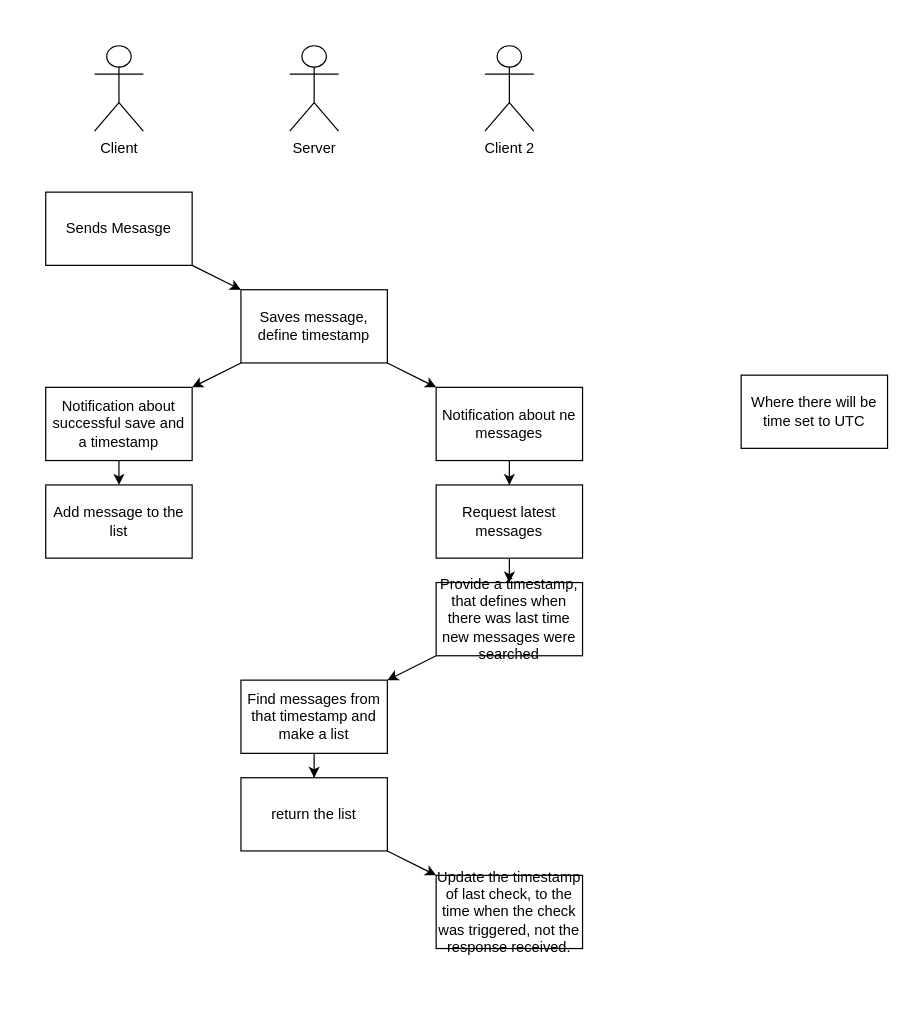
The draw.io diagram internship_s8/MessageFlowDiagram.drawio in Gryfin123/diagrams_with_no_context, before the edit. Source tidied: cells renumbered, new cells numbered last; positions are measured from the earlier drawing's top-left corner, leaving out a move shared by most shapes. Both pictures are drawn from the tidied source at 122%, with x=0, y=0 at pixel (45, 45).
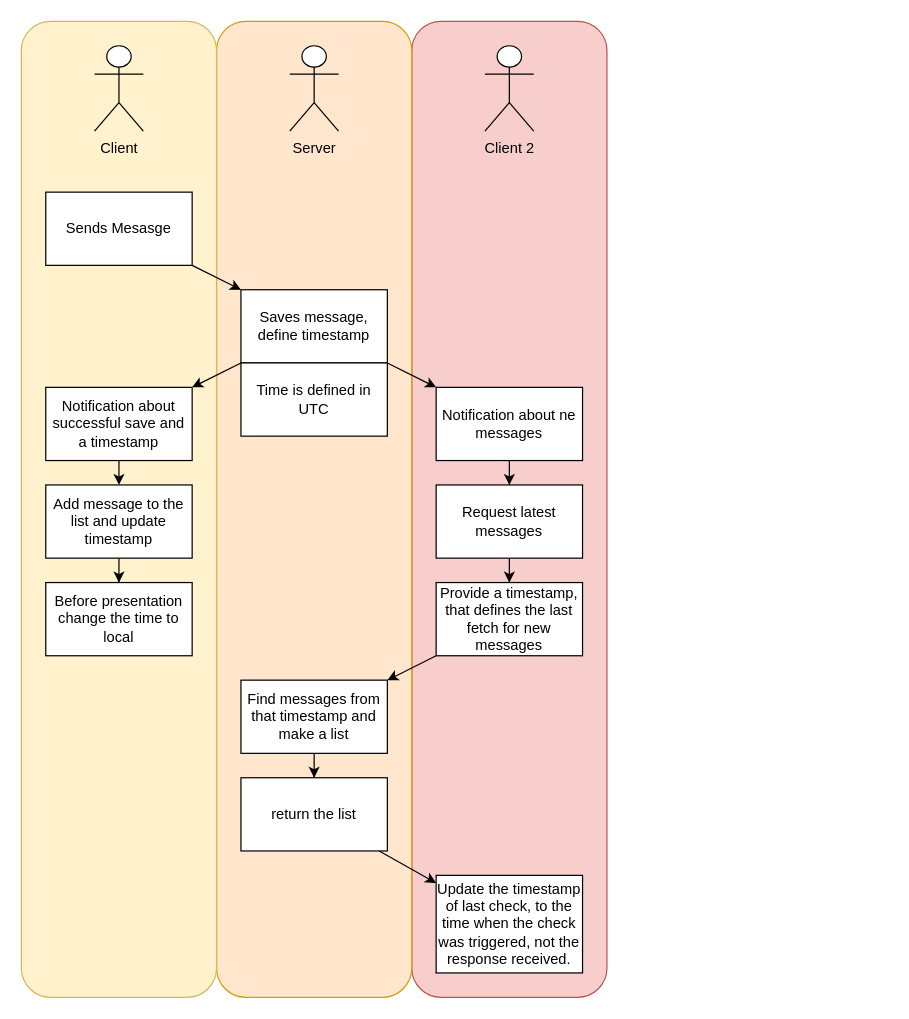
The same diagram, later.

The edit, as a diff of the source:
```diff
@@
+    <mxCell id="25" style="rounded=1;whiteSpace=wrap;html=1;fillColor=#f8cecc;strokeColor=#b85450;" parent="1" vertex="1">
+      <mxGeometry x="300" y="-20" width="160" height="800" as="geometry" />
+    </mxCell>
+    <mxCell id="26" style="rounded=1;whiteSpace=wrap;html=1;fillColor=#ffe6cc;strokeColor=#d79b00;" parent="1" vertex="1">
+      <mxGeometry x="140" y="-20" width="160" height="800" as="geometry" />
+    </mxCell>
+    <mxCell id="27" style="rounded=1;whiteSpace=wrap;html=1;fillColor=#fff2cc;strokeColor=#d6b656;" parent="1" vertex="1">
+      <mxGeometry x="-20" y="-20" width="160" height="800" as="geometry" />
+    </mxCell>
@@
+    <mxCell id="28" style="edgeStyle=orthogonalEdgeStyle;rounded=0;jettySize=auto;html=1;" parent="1" edge="1" source="14" target="30">
+      <mxGeometry relative="1" as="geometry" />
+    </mxCell>
-    <mxCell id="14" value="Add message to the list" style="rounded=0;whiteSpace=wrap;html=1;" parent="1" vertex="1">
+    <mxCell id="14" value="Add message to the list and update timestamp" style="rounded=0;whiteSpace=wrap;html=1;" parent="1" vertex="1">
       <mxGeometry y="360" width="120" height="60" as="geometry" />
     </mxCell>
@@
-    <mxCell id="18" value="Provide a timestamp, that defines when there was last time new messages were searched" style="rounded=0;whiteSpace=wrap;html=1;" parent="1" vertex="1">
+    <mxCell id="18" value="Provide a timestamp, that defines the last fetch for new messages" style="rounded=0;whiteSpace=wrap;html=1;" parent="1" vertex="1">
       <mxGeometry x="320" y="440" width="120" height="60" as="geometry" />
     </mxCell>
@@
-    <mxCell id="23" value="Where there will be time set to UTC" style="rounded=0;whiteSpace=wrap;html=1;" parent="1" vertex="1">
-      <mxGeometry x="570" y="270" width="120" height="60" as="geometry" />
-    </mxCell>
     <mxCell id="24" value="Update the timestamp of last check, to the time when the check was triggered, not the response received." style="rounded=0;whiteSpace=wrap;html=1;" parent="1" vertex="1">
-      <mxGeometry x="320" y="680" width="120" height="60" as="geometry" />
+      <mxGeometry x="320" y="680" width="120" height="80" as="geometry" />
     </mxCell>
+    <mxCell id="29" value="Time is defined in UTC" style="rounded=0;whiteSpace=wrap;html=1;" parent="1" vertex="1">
+      <mxGeometry x="160" y="260" width="120" height="60" as="geometry" />
+    </mxCell>
+    <mxCell id="30" value="Before presentation change the time to local" style="rounded=0;whiteSpace=wrap;html=1;" parent="1" vertex="1">
+      <mxGeometry y="440" width="120" height="60" as="geometry" />
+    </mxCell>
```
